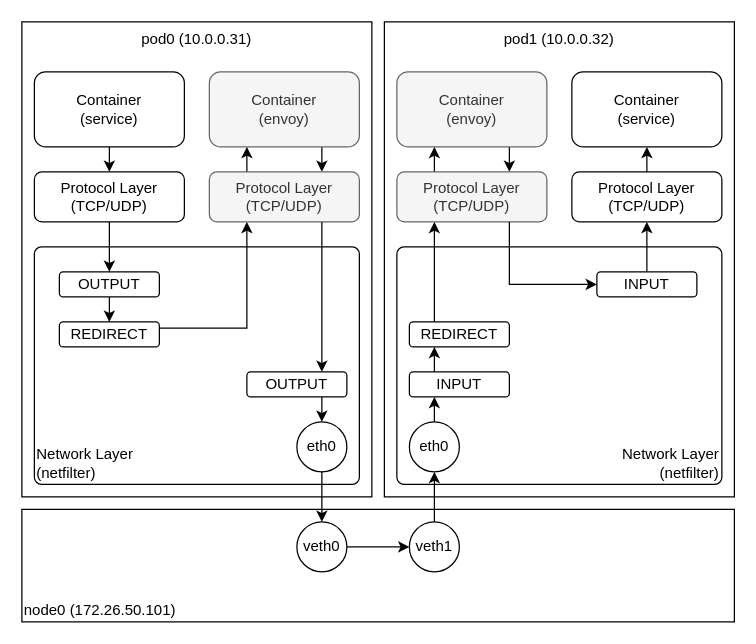
Above: page "proxy" (1 of 2) of k8s.istio/k8s.istio.drawio in haruband/codebook (draw.io), before the change. Source tidied: cells renumbered, new cells numbered last; positions are measured from the earlier drawing's top-left corner, leaving out a move shared by most shapes. Both pictures are drawn from the tidied source at 125%, with x=0, y=0 at pixel (21, 21).
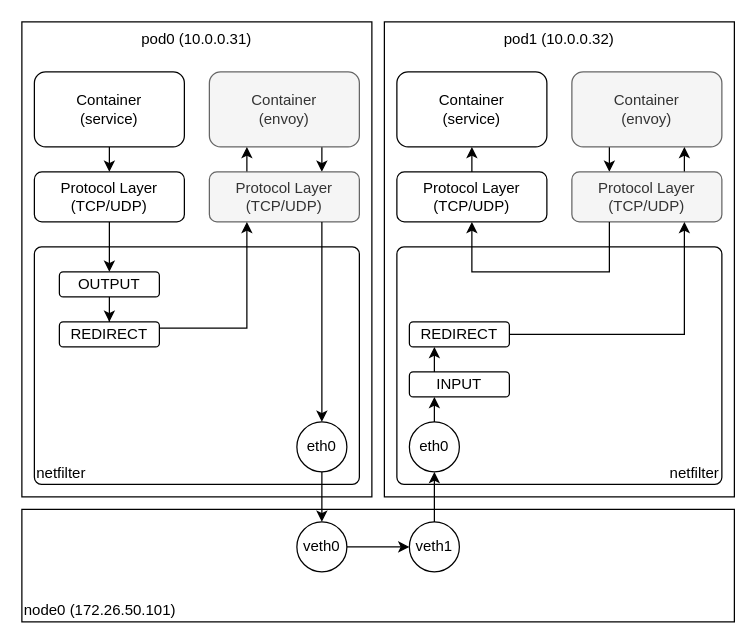
The same page after the edit.

The change refers to these unchanged cells:
```xml
<mxCell id="10" value="Protocol Layer&lt;br&gt;(TCP/UDP)" style="rounded=1;whiteSpace=wrap;html=1;align=center;fillColor=#f5f5f5;fontColor=#333333;strokeColor=#666666;" parent="1" vertex="1">
  <mxGeometry x="150" y="120" width="120" height="40" as="geometry" />
</mxCell>
<mxCell id="21" value="eth0" style="ellipse;whiteSpace=wrap;html=1;fontSize=12;" parent="1" vertex="1">
  <mxGeometry x="220" y="320" width="40" height="40" as="geometry" />
</mxCell>
<mxCell id="37" value="REDIRECT" style="rounded=1;whiteSpace=wrap;html=1;align=center;" parent="1" vertex="1">
  <mxGeometry x="310" y="240" width="80" height="20" as="geometry" />
</mxCell>
```

What changed in the source:
```diff
@@
-    <mxCell id="11" value="Network Layer&lt;br&gt;(netfilter)" style="rounded=1;whiteSpace=wrap;html=1;align=left;arcSize=3;verticalAlign=bottom;" parent="1" vertex="1">
+    <mxCell id="11" value="netfilter" style="rounded=1;whiteSpace=wrap;html=1;align=left;arcSize=3;verticalAlign=bottom;" parent="1" vertex="1">
       <mxGeometry x="10" y="180" width="260" height="190" as="geometry" />
     </mxCell>
@@
-    <mxCell id="16" style="edgeStyle=orthogonalEdgeStyle;rounded=0;jettySize=auto;html=1;exitX=0.75;exitY=1;exitDx=0;exitDy=0;entryX=0.5;entryY=0;entryDx=0;entryDy=0;" parent="1" edge="1" source="17" target="21">
-      <mxGeometry relative="1" as="geometry" />
-    </mxCell>
-    <mxCell id="17" value="OUTPUT" style="rounded=1;whiteSpace=wrap;html=1;align=center;" parent="1" vertex="1">
-      <mxGeometry x="180" y="280" width="80" height="20" as="geometry" />
-    </mxCell>
@@
-    <mxCell id="19" style="edgeStyle=orthogonalEdgeStyle;rounded=0;jettySize=auto;html=1;exitX=0.75;exitY=1;exitDx=0;exitDy=0;entryX=0.75;entryY=0;entryDx=0;entryDy=0;" parent="1" edge="1" source="10" target="17">
-      <mxGeometry relative="1" as="geometry" />
-    </mxCell>
@@
-    <mxCell id="26" style="edgeStyle=orthogonalEdgeStyle;shape=connector;rounded=0;jettySize=auto;html=1;exitX=0.75;exitY=1;exitDx=0;exitDy=0;entryX=0.75;entryY=0;entryDx=0;entryDy=0;labelBackgroundColor=default;strokeColor=default;fontFamily=Helvetica;fontSize=11;fontColor=default;endArrow=classic;" parent="1" edge="1" source="27" target="30">
-      <mxGeometry relative="1" as="geometry" />
-    </mxCell>
-    <mxCell id="27" value="Container&lt;br&gt;(envoy)" style="rounded=1;whiteSpace=wrap;html=1;align=center;fillColor=#f5f5f5;fontColor=#333333;strokeColor=#666666;" parent="1" vertex="1">
+    <mxCell id="27" value="Container&lt;br&gt;(service)" style="rounded=1;whiteSpace=wrap;html=1;align=center;" parent="1" vertex="1">
       <mxGeometry x="300" y="40" width="120" height="60" as="geometry" />
     </mxCell>
+    <mxCell id="44" style="edgeStyle=orthogonalEdgeStyle;rounded=0;jettySize=auto;html=1;exitX=0.25;exitY=1;exitDx=0;exitDy=0;entryX=0.25;entryY=0;entryDx=0;entryDy=0;" parent="1" edge="1" source="28" target="32">
+      <mxGeometry relative="1" as="geometry" />
+    </mxCell>
-    <mxCell id="28" value="Container&lt;br&gt;(service)" style="rounded=1;whiteSpace=wrap;html=1;align=center;" parent="1" vertex="1">
+    <mxCell id="28" value="Container&lt;br&gt;(envoy)" style="rounded=1;whiteSpace=wrap;html=1;align=center;fillColor=#f5f5f5;fontColor=#333333;strokeColor=#666666;" parent="1" vertex="1">
       <mxGeometry x="440" y="40" width="120" height="60" as="geometry" />
     </mxCell>
-    <mxCell id="29" style="edgeStyle=orthogonalEdgeStyle;shape=connector;rounded=0;jettySize=auto;html=1;exitX=0.25;exitY=0;exitDx=0;exitDy=0;entryX=0.25;entryY=1;entryDx=0;entryDy=0;labelBackgroundColor=default;strokeColor=default;fontFamily=Helvetica;fontSize=11;fontColor=default;endArrow=classic;" parent="1" edge="1" source="30" target="27">
+    <mxCell id="29" style="edgeStyle=orthogonalEdgeStyle;rounded=0;jettySize=auto;html=1;exitX=0.5;exitY=0;exitDx=0;exitDy=0;entryX=0.5;entryY=1;entryDx=0;entryDy=0;" parent="1" edge="1" source="30" target="27">
       <mxGeometry relative="1" as="geometry" />
     </mxCell>
-    <mxCell id="30" value="Protocol Layer&lt;br&gt;(TCP/UDP)" style="rounded=1;whiteSpace=wrap;html=1;align=center;fillColor=#f5f5f5;fontColor=#333333;strokeColor=#666666;" parent="1" vertex="1">
+    <mxCell id="30" value="Protocol Layer&lt;br&gt;(TCP/UDP)" style="rounded=1;whiteSpace=wrap;html=1;align=center;" parent="1" vertex="1">
       <mxGeometry x="300" y="120" width="120" height="40" as="geometry" />
     </mxCell>
-    <mxCell id="31" style="edgeStyle=orthogonalEdgeStyle;shape=connector;rounded=0;jettySize=auto;html=1;exitX=0.5;exitY=0;exitDx=0;exitDy=0;entryX=0.5;entryY=1;entryDx=0;entryDy=0;labelBackgroundColor=default;strokeColor=default;fontFamily=Helvetica;fontSize=11;fontColor=default;endArrow=classic;" parent="1" edge="1" source="32" target="28">
+    <mxCell id="31" style="edgeStyle=orthogonalEdgeStyle;rounded=0;jettySize=auto;html=1;exitX=0.75;exitY=0;exitDx=0;exitDy=0;entryX=0.75;entryY=1;entryDx=0;entryDy=0;" parent="1" edge="1" source="32" target="28">
       <mxGeometry relative="1" as="geometry" />
     </mxCell>
-    <mxCell id="32" value="Protocol Layer&lt;br&gt;(TCP/UDP)" style="rounded=1;whiteSpace=wrap;html=1;align=center;" parent="1" vertex="1">
+    <mxCell id="32" value="Protocol Layer&lt;br&gt;(TCP/UDP)" style="rounded=1;whiteSpace=wrap;html=1;align=center;fillColor=#f5f5f5;fontColor=#333333;strokeColor=#666666;" parent="1" vertex="1">
       <mxGeometry x="440" y="120" width="120" height="40" as="geometry" />
     </mxCell>
-    <mxCell id="33" value="Network Layer&lt;br&gt;(netfilter)" style="rounded=1;whiteSpace=wrap;html=1;align=right;arcSize=3;verticalAlign=bottom;" parent="1" vertex="1">
+    <mxCell id="33" value="netfilter" style="rounded=1;whiteSpace=wrap;html=1;align=right;arcSize=3;verticalAlign=bottom;" parent="1" vertex="1">
       <mxGeometry x="300" y="180" width="260" height="190" as="geometry" />
     </mxCell>
-    <mxCell id="34" style="edgeStyle=orthogonalEdgeStyle;shape=connector;rounded=0;jettySize=auto;html=1;exitX=0.5;exitY=0;exitDx=0;exitDy=0;labelBackgroundColor=default;strokeColor=default;fontFamily=Helvetica;fontSize=11;fontColor=default;endArrow=classic;" parent="1" edge="1" source="35" target="32">
-      <mxGeometry relative="1" as="geometry" />
-    </mxCell>
-    <mxCell id="35" value="INPUT" style="rounded=1;whiteSpace=wrap;html=1;align=center;" parent="1" vertex="1">
-      <mxGeometry x="460" y="200" width="80" height="20" as="geometry" />
-    </mxCell>
-    <mxCell id="36" style="edgeStyle=orthogonalEdgeStyle;shape=connector;rounded=0;jettySize=auto;html=1;exitX=0.25;exitY=0;exitDx=0;exitDy=0;entryX=0.25;entryY=1;entryDx=0;entryDy=0;labelBackgroundColor=default;strokeColor=default;fontFamily=Helvetica;fontSize=11;fontColor=default;endArrow=classic;" parent="1" edge="1" source="37" target="30">
-      <mxGeometry relative="1" as="geometry" />
-    </mxCell>
+    <mxCell id="45" style="edgeStyle=orthogonalEdgeStyle;rounded=0;jettySize=auto;html=1;exitX=1;exitY=0.5;exitDx=0;exitDy=0;entryX=0.75;entryY=1;entryDx=0;entryDy=0;" parent="1" edge="1" source="37" target="32">
+      <mxGeometry relative="1" as="geometry" />
+    </mxCell>
@@
-    <mxCell id="43" style="edgeStyle=orthogonalEdgeStyle;shape=connector;rounded=0;jettySize=auto;html=1;exitX=0.75;exitY=1;exitDx=0;exitDy=0;entryX=0;entryY=0.5;entryDx=0;entryDy=0;labelBackgroundColor=default;strokeColor=default;fontFamily=Helvetica;fontSize=11;fontColor=default;endArrow=classic;" parent="1" edge="1" source="30" target="35">
-      <mxGeometry relative="1" as="geometry" />
-    </mxCell>
+    <mxCell id="46" style="edgeStyle=orthogonalEdgeStyle;rounded=0;jettySize=auto;html=1;exitX=0.75;exitY=1;exitDx=0;exitDy=0;" parent="1" edge="1" source="10" target="21">
+      <mxGeometry relative="1" as="geometry" />
+    </mxCell>
+    <mxCell id="47" style="edgeStyle=orthogonalEdgeStyle;rounded=0;jettySize=auto;html=1;exitX=0.25;exitY=1;exitDx=0;exitDy=0;entryX=0.5;entryY=1;entryDx=0;entryDy=0;" parent="1" edge="1" source="32" target="30">
+      <mxGeometry relative="1" as="geometry">
+        <Array as="points">
+          <mxPoint x="470" y="200" />
+          <mxPoint x="360" y="200" />
+        </Array>
+      </mxGeometry>
+    </mxCell>
```
